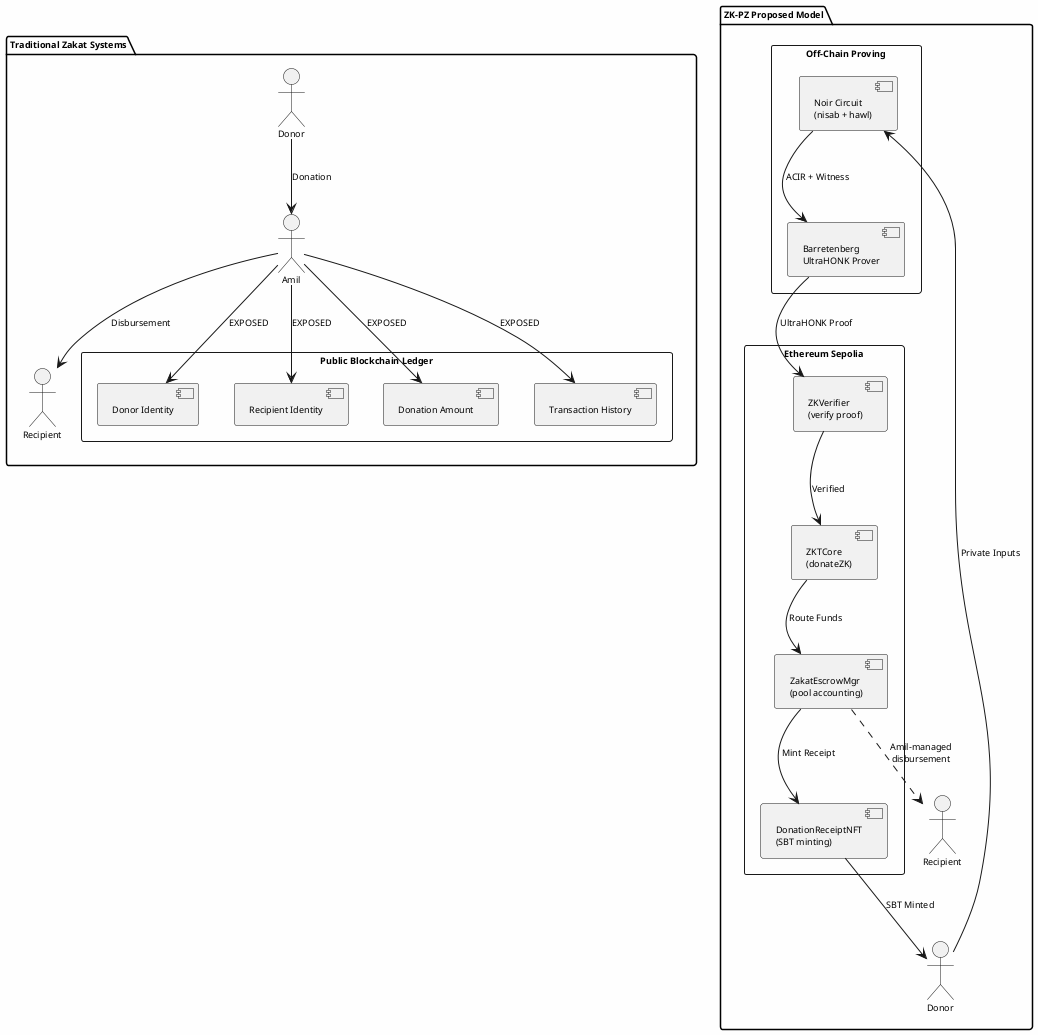
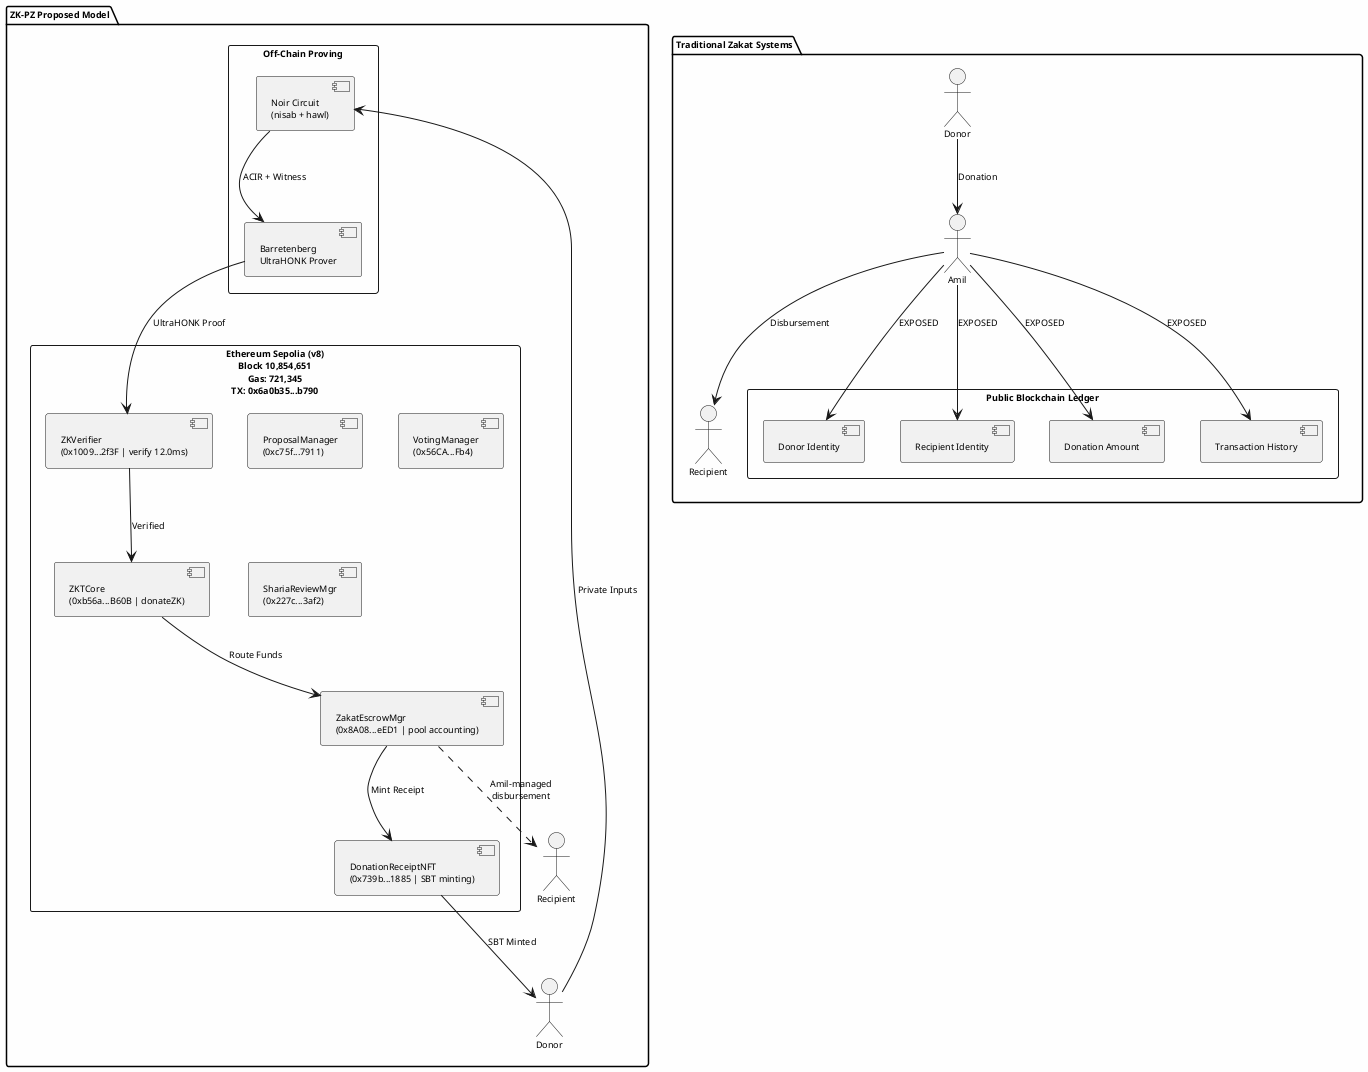
@startuml
skinparam backgroundColor #FEFEFE
skinparam shadowing false
skinparam defaultFontName Arial
skinparam defaultFontSize 9
skinparam packagePadding 2
skinparam nodePadding 2


package "Traditional Zakat Systems" {
  actor Donor_T as "Donor"
  actor Amil_T as "Amil"
  actor Recipient_T as "Recipient"

  rectangle "Public Blockchain Ledger" {
    component DonorID as "Donor Identity"
    component RecipientID as "Recipient Identity"
    component Amount as "Donation Amount"
    component History as "Transaction History"
  }

  Donor_T --> Amil_T : Donation
  Amil_T --> Recipient_T : Disbursement
  Amil_T --> DonorID : EXPOSED
  Amil_T --> RecipientID : EXPOSED
  Amil_T --> Amount : EXPOSED
  Amil_T --> History : EXPOSED
}

package "ZK-PZ Proposed Model" {
  actor Donor_Z as "Donor"
  actor Recipient_Z as "Recipient"

  rectangle "Off-Chain Proving" as Proving {
    component NoirCircuit as "Noir Circuit\n(nisab + hawl)"
    component BBProver as "Barretenberg\nUltraHONK Prover"
  }

-   rectangle "Ethereum Sepolia" as Sepolia {
-     component ZKVerifier as "ZKVerifier\n(verify proof)"
-     component ZKTCore as "ZKTCore\n(donateZK)"
-     component Escrow as "ZakatEscrowMgr\n(pool accounting)"
-     component ReceiptNFT as "DonationReceiptNFT\n(SBT minting)"
+   rectangle "Ethereum Sepolia (v8)\nBlock 10,854,651\nGas: 721,345\nTX: 0x6a0b35...b790" as Sepolia {
+     component ZKVerifier as "ZKVerifier\n(0x1009...2f3F | verify 12.0ms)"
+     component ZKTCore as "ZKTCore\n(0xb56a...B60B | donateZK)"
+     component Escrow as "ZakatEscrowMgr\n(0x8A08...eED1 | pool accounting)"
+     component PropMgr as "ProposalManager\n(0xc75f...7911)"
+     component VoteMgr as "VotingManager\n(0x56CA...Fb4)"
+     component ShariaMgr as "ShariaReviewMgr\n(0x227c...3af2)"
+     component ReceiptNFT as "DonationReceiptNFT\n(0x739b...1885 | SBT minting)"
  }

  Donor_Z --> NoirCircuit : Private Inputs
  NoirCircuit --> BBProver : ACIR + Witness
  BBProver --> ZKVerifier : UltraHONK Proof
  ZKVerifier --> ZKTCore : Verified
  ZKTCore --> Escrow : Route Funds
  Escrow --> ReceiptNFT : Mint Receipt
  ReceiptNFT --> Donor_Z : SBT Minted
  Escrow ..> Recipient_Z : Amil-managed\ndisbursement
}

@enduml
